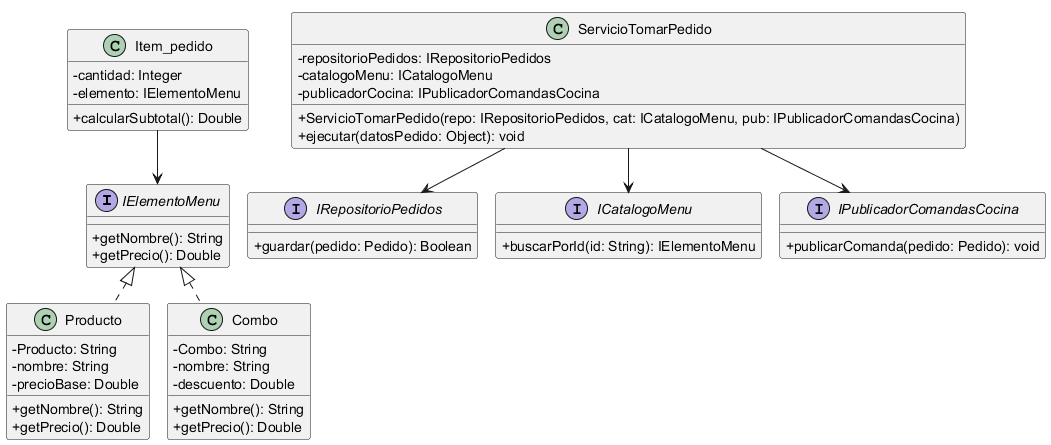
Before: diagramas/01-diagrama-clases/01-solid-05-dip.png, a diagram exported from PlantUML (eloeyhe/SistemaPedidos). The source it was exported from:
```plantuml
@startuml 01-solid-05-dip
!pragma layout smetana
skinparam classAttributeIconSize 0

interface IElementoMenu {
    + getNombre(): String
    + getPrecio(): Double
}

class Producto implements IElementoMenu {
    - Producto: String
    - nombre: String
    - precioBase: Double
    + getNombre(): String
    + getPrecio(): Double
}

class Combo implements IElementoMenu {
    - Combo: String
    - nombre: String
    - descuento: Double
    + getNombre(): String
    + getPrecio(): Double
}

class Item_pedido {
    - cantidad: Integer
    - elemento: IElementoMenu
    + calcularSubtotal(): Double

}

Item_pedido --> IElementoMenu


interface IRepositorioPedidos {
    + guardar(pedido: Pedido): Boolean
}

interface ICatalogoMenu {
    + buscarPorId(id: String): IElementoMenu
}

interface IPublicadorComandasCocina {
    + publicarComanda(pedido: Pedido): void
}


class ServicioTomarPedido {
    - repositorioPedidos: IRepositorioPedidos
    - catalogoMenu: ICatalogoMenu
    - publicadorCocina: IPublicadorComandasCocina
    + ServicioTomarPedido(repo: IRepositorioPedidos, cat: ICatalogoMenu, pub: IPublicadorComandasCocina)
    + ejecutar(datosPedido: Object): void
}

ServicioTomarPedido --> IRepositorioPedidos
ServicioTomarPedido --> ICatalogoMenu
ServicioTomarPedido --> IPublicadorComandasCocina

@enduml
```
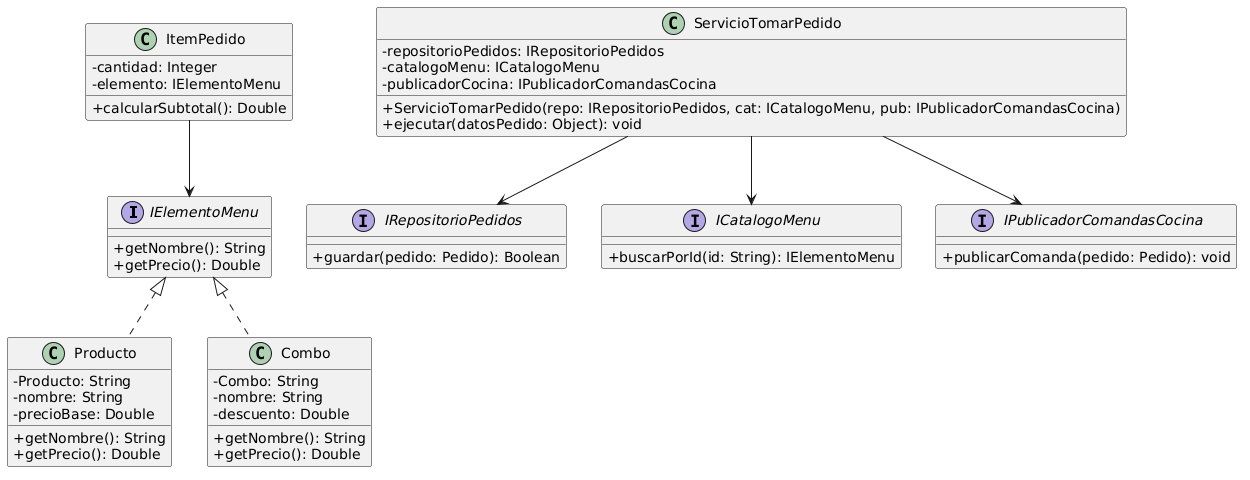
The same diagram one commit later.

The edit, as a diff of the source:
```diff
@@ -1,5 +1,4 @@
-@startuml 01-solid-05-dip
-!pragma layout smetana
+@startuml
 skinparam classAttributeIconSize 0
 
 interface IElementoMenu {
@@ -23,14 +22,14 @@
     + getPrecio(): Double
 }
 
-class Item_pedido {
+class ItemPedido {
     - cantidad: Integer
     - elemento: IElementoMenu
     + calcularSubtotal(): Double
 
 }
 
-Item_pedido --> IElementoMenu
+ItemPedido --> IElementoMenu
 
 
 interface IRepositorioPedidos {
@@ -57,5 +56,4 @@
 ServicioTomarPedido --> IRepositorioPedidos
 ServicioTomarPedido --> ICatalogoMenu
 ServicioTomarPedido --> IPublicadorComandasCocina
-
 @enduml
```
